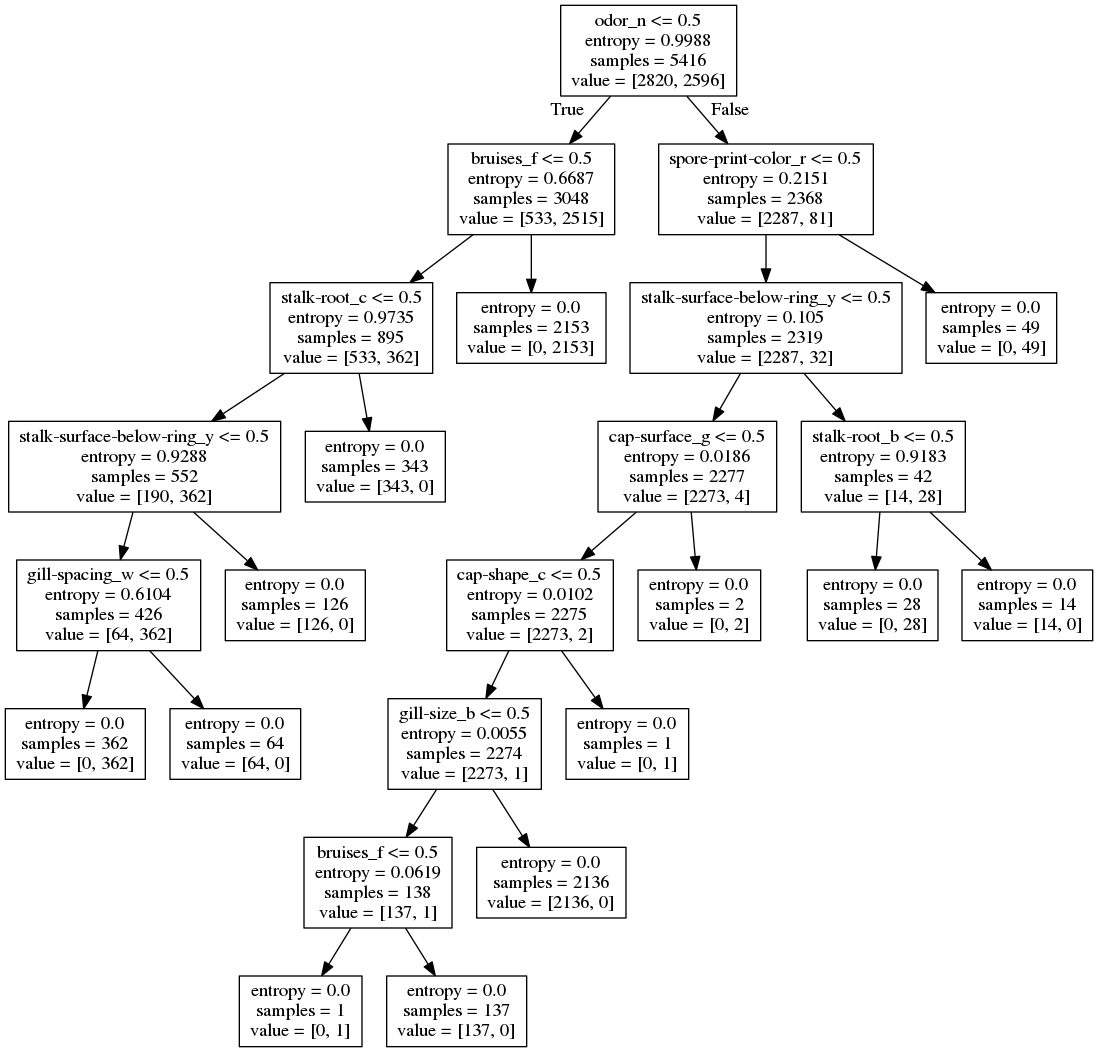
Above: assets/optimal.png in taekim97/Poisonous-Mushrooms (Graphviz), before the change. Its source is kept beside it as assets/optimal.dot.
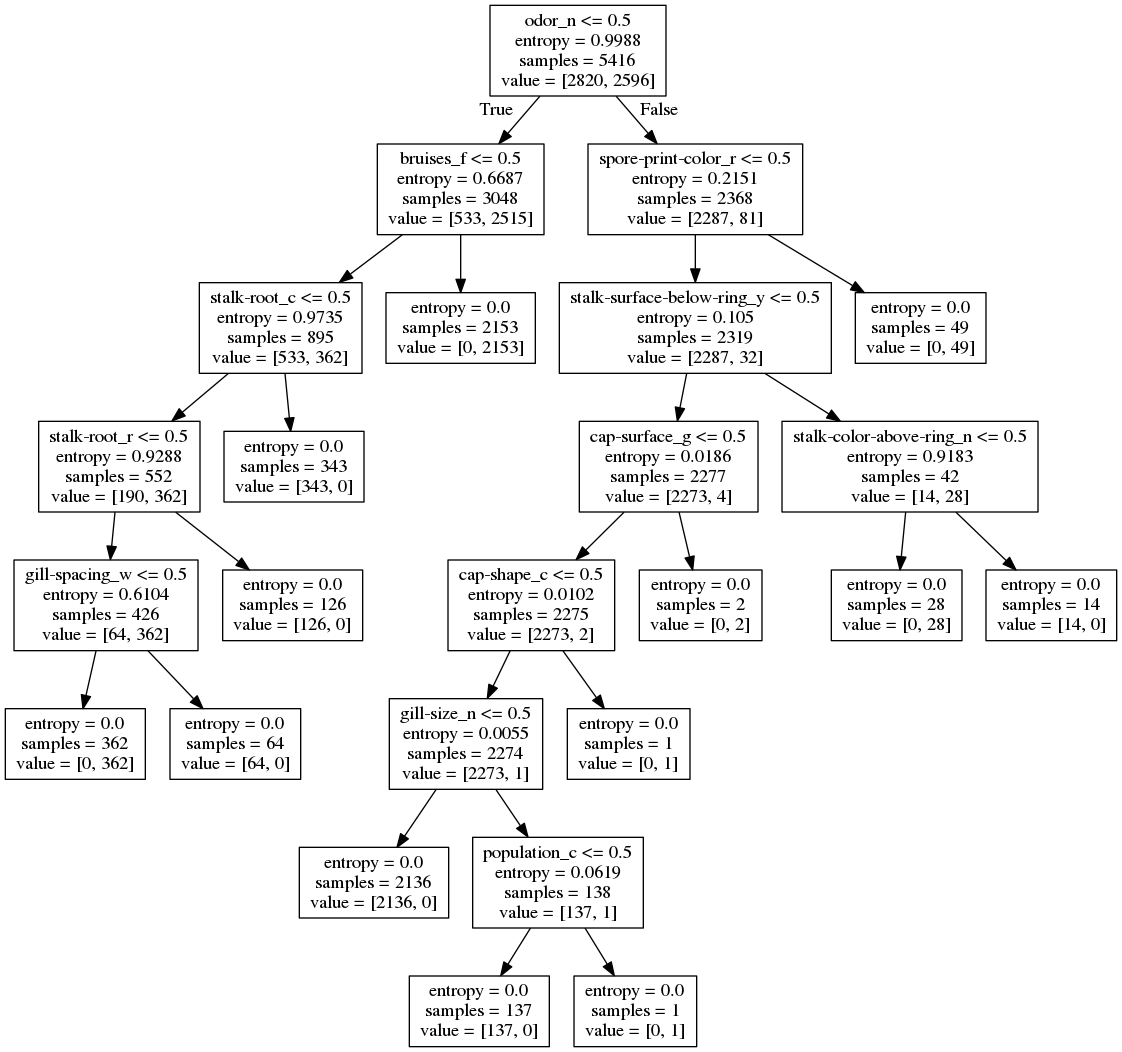
Later version of the same file.

Change to the diagram source:
```diff
@@ -5,7 +5,7 @@
 0 -> 1 [labeldistance=2.5, labelangle=45, headlabel="True"] ;
 2 [label="stalk-root_c <= 0.5\nentropy = 0.9735\nsamples = 895\nvalue = [533, 362]"] ;
 1 -> 2 ;
-3 [label="stalk-surface-below-ring_y <= 0.5\nentropy = 0.9288\nsamples = 552\nvalue = [190, 362]"] ;
+3 [label="stalk-root_r <= 0.5\nentropy = 0.9288\nsamples = 552\nvalue = [190, 362]"] ;
 2 -> 3 ;
 4 [label="gill-spacing_w <= 0.5\nentropy = 0.6104\nsamples = 426\nvalue = [64, 362]"] ;
 3 -> 4 ;
@@ -27,21 +27,21 @@
 11 -> 12 ;
 13 [label="cap-shape_c <= 0.5\nentropy = 0.0102\nsamples = 2275\nvalue = [2273, 2]"] ;
 12 -> 13 ;
-14 [label="gill-size_b <= 0.5\nentropy = 0.0055\nsamples = 2274\nvalue = [2273, 1]"] ;
+14 [label="gill-size_n <= 0.5\nentropy = 0.0055\nsamples = 2274\nvalue = [2273, 1]"] ;
 13 -> 14 ;
-15 [label="bruises_f <= 0.5\nentropy = 0.0619\nsamples = 138\nvalue = [137, 1]"] ;
+15 [label="entropy = 0.0\nsamples = 2136\nvalue = [2136, 0]"] ;
 14 -> 15 ;
-16 [label="entropy = 0.0\nsamples = 1\nvalue = [0, 1]"] ;
-15 -> 16 ;
+16 [label="population_c <= 0.5\nentropy = 0.0619\nsamples = 138\nvalue = [137, 1]"] ;
+14 -> 16 ;
 17 [label="entropy = 0.0\nsamples = 137\nvalue = [137, 0]"] ;
-15 -> 17 ;
-18 [label="entropy = 0.0\nsamples = 2136\nvalue = [2136, 0]"] ;
-14 -> 18 ;
+16 -> 17 ;
+18 [label="entropy = 0.0\nsamples = 1\nvalue = [0, 1]"] ;
+16 -> 18 ;
 19 [label="entropy = 0.0\nsamples = 1\nvalue = [0, 1]"] ;
 13 -> 19 ;
 20 [label="entropy = 0.0\nsamples = 2\nvalue = [0, 2]"] ;
 12 -> 20 ;
-21 [label="stalk-root_b <= 0.5\nentropy = 0.9183\nsamples = 42\nvalue = [14, 28]"] ;
+21 [label="stalk-color-above-ring_n <= 0.5\nentropy = 0.9183\nsamples = 42\nvalue = [14, 28]"] ;
 11 -> 21 ;
 22 [label="entropy = 0.0\nsamples = 28\nvalue = [0, 28]"] ;
 21 -> 22 ;
```
